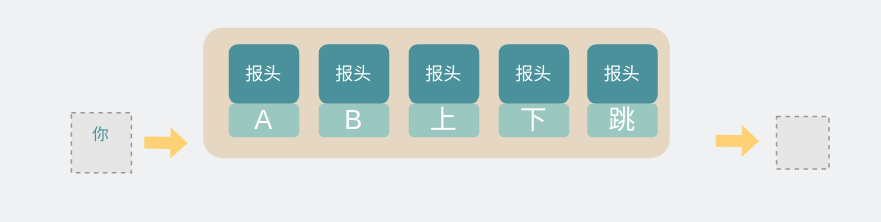
Above: network/小数据包浪费带宽.drawio in xiaobaiTech/image (draw.io), before the change. Source tidied: cells renumbered, new cells numbered last; positions are measured from the earlier drawing's top-left corner, leaving out a move shared by most shapes. Both pictures are drawn from the tidied source at 150%, with x=0, y=0 at pixel (56, 27). Pictures stored in the file or linked from it are replaced by grey dashed boxes.
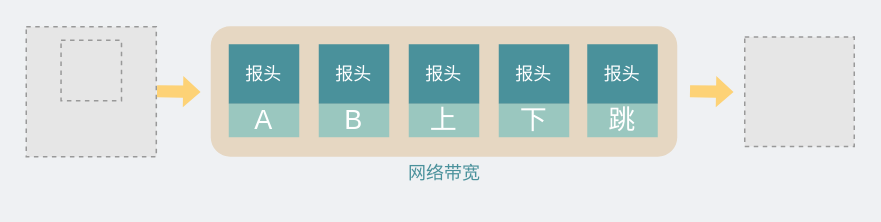
The same page after the edit.

Commit message:
更新小数据包浪费带宽.drawio

The edit, as a diff of the source:
```diff
@@
     <mxCell id="2" style="fillColor=#E6E6E6;strokeColor=#999999;dashed=1;verticalLabelPosition=bottom;verticalAlign=top;" parent="1" vertex="1">
-      <mxGeometry x="10.1" y="56.7" width="40" height="40" as="geometry" />
+      <mxGeometry x="-20" y="-0.7" width="86.7" height="86.7" as="geometry" />
     </mxCell>
     <mxCell id="3" style="fillColor=#E6E6E6;strokeColor=#999999;dashed=1;verticalLabelPosition=bottom;verticalAlign=top;" parent="1" vertex="1">
-      <mxGeometry x="480.2" y="59.2" width="35" height="35" as="geometry" />
+      <mxGeometry x="459" y="6.1" width="73" height="73" as="geometry" />
     </mxCell>
     <mxCell id="4" style="rounded=1;whiteSpace=wrap;html=1;strokeColor=none;fillColor=#E6D7C2;" parent="1" vertex="1">
-      <mxGeometry x="98" width="311" height="87" as="geometry" />
+      <mxGeometry x="103" y="-1" width="311" height="87" as="geometry" />
     </mxCell>
     <mxCell id="5" style="shape=flexArrow;endArrow=classic;html=1;rounded=0;strokeColor=none;fillColor=#FDD276;width=8.070175438596491;endSize=3.5508771929824556;endWidth=11.905201600492457;" parent="1" edge="1">
       <mxGeometry relative="1" as="geometry">
-        <mxPoint x="58.2" y="76.5" as="sourcePoint" />
-        <mxPoint x="88.2" y="76.9" as="targetPoint" />
+        <mxPoint x="66.7" y="42.3" as="sourcePoint" />
+        <mxPoint x="96.7" y="42.8" as="targetPoint" />
       </mxGeometry>
     </mxCell>
     <mxCell id="6" style="shape=flexArrow;endArrow=classic;html=1;rounded=0;strokeColor=none;fillColor=#FDD276;width=8.070175438596491;endSize=3.5508771929824556;endWidth=11.905201600492457;" parent="1" edge="1">
       <mxGeometry relative="1" as="geometry">
-        <mxPoint x="439.2" y="75.3" as="sourcePoint" />
-        <mxPoint x="469.2" y="75.7" as="targetPoint" />
+        <mxPoint x="422" y="42.3" as="sourcePoint" />
+        <mxPoint x="452" y="42.8" as="targetPoint" />
       </mxGeometry>
     </mxCell>
-    <mxCell id="7" value="&lt;font color=&quot;#ffffff&quot;&gt;报头&lt;/font&gt;" style="rounded=1;whiteSpace=wrap;html=1;fillColor=#4A919B;strokeColor=none;" parent="1" vertex="1">
+    <mxCell id="7" value="&lt;font color=&quot;#ffffff&quot;&gt;报头&lt;/font&gt;" style="rounded=0;whiteSpace=wrap;html=1;fillColor=#4A919B;strokeColor=none;" parent="1" vertex="1">
       <mxGeometry x="115" y="11" width="47" height="39.7" as="geometry" />
     </mxCell>
-    <mxCell id="8" value="&lt;font color=&quot;#4a919b&quot; style=&quot;font-size: 11px;&quot;&gt;你&lt;/font&gt;" style="text;html=1;strokeColor=none;fillColor=none;align=center;verticalAlign=middle;whiteSpace=wrap;rounded=0;" parent="1" vertex="1">
-      <mxGeometry x="0.1" y="55.7" width="60" height="30" as="geometry" />
-    </mxCell>
-    <mxCell id="9" value="&lt;font color=&quot;#ffffff&quot; style=&quot;font-size: 18px;&quot;&gt;A&lt;/font&gt;" style="rounded=1;whiteSpace=wrap;html=1;fontColor=#4A919B;fillColor=#9AC7BF;strokeColor=none;" parent="1" vertex="1">
+    <mxCell id="9" value="&lt;font color=&quot;#ffffff&quot; style=&quot;font-size: 18px;&quot;&gt;A&lt;/font&gt;" style="rounded=0;whiteSpace=wrap;html=1;fontColor=#4A919B;fillColor=#9AC7BF;strokeColor=none;" parent="1" vertex="1">
       <mxGeometry x="115" y="50.7" width="47" height="22.3" as="geometry" />
     </mxCell>
-    <mxCell id="10" value="&lt;font color=&quot;#ffffff&quot;&gt;报头&lt;/font&gt;" style="rounded=1;whiteSpace=wrap;html=1;fillColor=#4A919B;strokeColor=none;" parent="1" vertex="1">
+    <mxCell id="10" value="&lt;font color=&quot;#ffffff&quot;&gt;报头&lt;/font&gt;" style="rounded=0;whiteSpace=wrap;html=1;fillColor=#4A919B;strokeColor=none;" parent="1" vertex="1">
       <mxGeometry x="175" y="11" width="47" height="39.7" as="geometry" />
     </mxCell>
-    <mxCell id="11" value="&lt;font color=&quot;#ffffff&quot; style=&quot;font-size: 18px;&quot;&gt;B&lt;/font&gt;" style="rounded=1;whiteSpace=wrap;html=1;fontColor=#4A919B;fillColor=#9AC7BF;strokeColor=none;" parent="1" vertex="1">
+    <mxCell id="11" value="&lt;font color=&quot;#ffffff&quot; style=&quot;font-size: 18px;&quot;&gt;B&lt;/font&gt;" style="rounded=0;whiteSpace=wrap;html=1;fontColor=#4A919B;fillColor=#9AC7BF;strokeColor=none;" parent="1" vertex="1">
       <mxGeometry x="175" y="50.7" width="47" height="22.3" as="geometry" />
     </mxCell>
-    <mxCell id="12" value="&lt;font color=&quot;#ffffff&quot;&gt;报头&lt;/font&gt;" style="rounded=1;whiteSpace=wrap;html=1;fillColor=#4A919B;strokeColor=none;" parent="1" vertex="1">
+    <mxCell id="12" value="&lt;font color=&quot;#ffffff&quot;&gt;报头&lt;/font&gt;" style="rounded=0;whiteSpace=wrap;html=1;fillColor=#4A919B;strokeColor=none;" parent="1" vertex="1">
       <mxGeometry x="235" y="11" width="47" height="39.7" as="geometry" />
     </mxCell>
-    <mxCell id="13" value="&lt;font color=&quot;#ffffff&quot;&gt;&lt;span style=&quot;font-size: 18px;&quot;&gt;上&lt;/span&gt;&lt;/font&gt;" style="rounded=1;whiteSpace=wrap;html=1;fontColor=#4A919B;fillColor=#9AC7BF;strokeColor=none;" parent="1" vertex="1">
+    <mxCell id="13" value="&lt;font color=&quot;#ffffff&quot;&gt;&lt;span style=&quot;font-size: 18px;&quot;&gt;上&lt;/span&gt;&lt;/font&gt;" style="rounded=0;whiteSpace=wrap;html=1;fontColor=#4A919B;fillColor=#9AC7BF;strokeColor=none;" parent="1" vertex="1">
       <mxGeometry x="235" y="50.7" width="47" height="22.3" as="geometry" />
     </mxCell>
-    <mxCell id="14" value="&lt;font color=&quot;#ffffff&quot;&gt;报头&lt;/font&gt;" style="rounded=1;whiteSpace=wrap;html=1;fillColor=#4A919B;strokeColor=none;" parent="1" vertex="1">
+    <mxCell id="14" value="&lt;font color=&quot;#ffffff&quot;&gt;报头&lt;/font&gt;" style="rounded=0;whiteSpace=wrap;html=1;fillColor=#4A919B;strokeColor=none;" parent="1" vertex="1">
       <mxGeometry x="295" y="11" width="47" height="39.7" as="geometry" />
     </mxCell>
-    <mxCell id="15" value="&lt;font color=&quot;#ffffff&quot; style=&quot;font-size: 18px;&quot;&gt;下&lt;/font&gt;" style="rounded=1;whiteSpace=wrap;html=1;fontColor=#4A919B;fillColor=#9AC7BF;strokeColor=none;" parent="1" vertex="1">
+    <mxCell id="15" value="&lt;font color=&quot;#ffffff&quot; style=&quot;font-size: 18px;&quot;&gt;下&lt;/font&gt;" style="rounded=0;whiteSpace=wrap;html=1;fontColor=#4A919B;fillColor=#9AC7BF;strokeColor=none;" parent="1" vertex="1">
       <mxGeometry x="295" y="50.7" width="47" height="22.3" as="geometry" />
     </mxCell>
-    <mxCell id="16" value="&lt;font color=&quot;#ffffff&quot;&gt;报头&lt;/font&gt;" style="rounded=1;whiteSpace=wrap;html=1;fillColor=#4A919B;strokeColor=none;" parent="1" vertex="1">
+    <mxCell id="16" value="&lt;font color=&quot;#ffffff&quot;&gt;报头&lt;/font&gt;" style="rounded=0;whiteSpace=wrap;html=1;fillColor=#4A919B;strokeColor=none;" parent="1" vertex="1">
       <mxGeometry x="354" y="11" width="47" height="39.7" as="geometry" />
     </mxCell>
-    <mxCell id="17" value="&lt;font color=&quot;#ffffff&quot; style=&quot;font-size: 18px;&quot;&gt;跳&lt;/font&gt;" style="rounded=1;whiteSpace=wrap;html=1;fontColor=#4A919B;fillColor=#9AC7BF;strokeColor=none;" parent="1" vertex="1">
+    <mxCell id="17" value="&lt;font color=&quot;#ffffff&quot; style=&quot;font-size: 18px;&quot;&gt;跳&lt;/font&gt;" style="rounded=0;whiteSpace=wrap;html=1;fontColor=#4A919B;fillColor=#9AC7BF;strokeColor=none;" parent="1" vertex="1">
       <mxGeometry x="354" y="50.7" width="47" height="22.3" as="geometry" />
     </mxCell>
+    <mxCell id="18" value="&lt;font color=&quot;#4a919b&quot;&gt;网络带宽&lt;/font&gt;" style="text;html=1;strokeColor=none;fillColor=none;align=center;verticalAlign=middle;whiteSpace=wrap;rounded=0;" parent="1" vertex="1">
+      <mxGeometry x="228.5" y="82.3" width="60" height="30" as="geometry" />
+    </mxCell>
+    <mxCell id="19" style="fillColor=#E6E6E6;strokeColor=#999999;dashed=1;verticalLabelPosition=bottom;labelBackgroundColor=default;verticalAlign=top;" parent="1" vertex="1">
+      <mxGeometry x="3.2" y="8.3" width="40.3" height="40.3" as="geometry" />
+    </mxCell>
```
